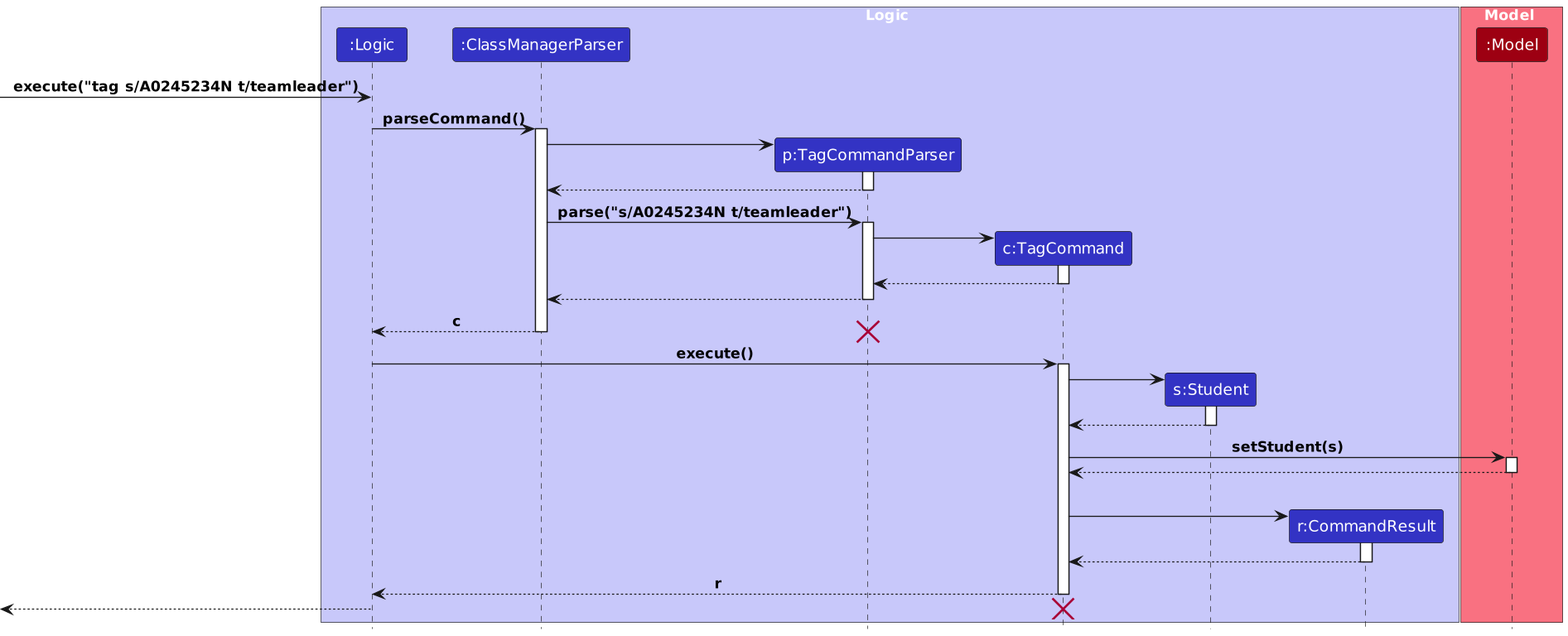
The PlantUML diagram diagrams/TagCommand.png in AY2324S1-CS2103T-T11-1/tp, before a commit. Its source is kept beside it as diagrams/TagCommand.puml.
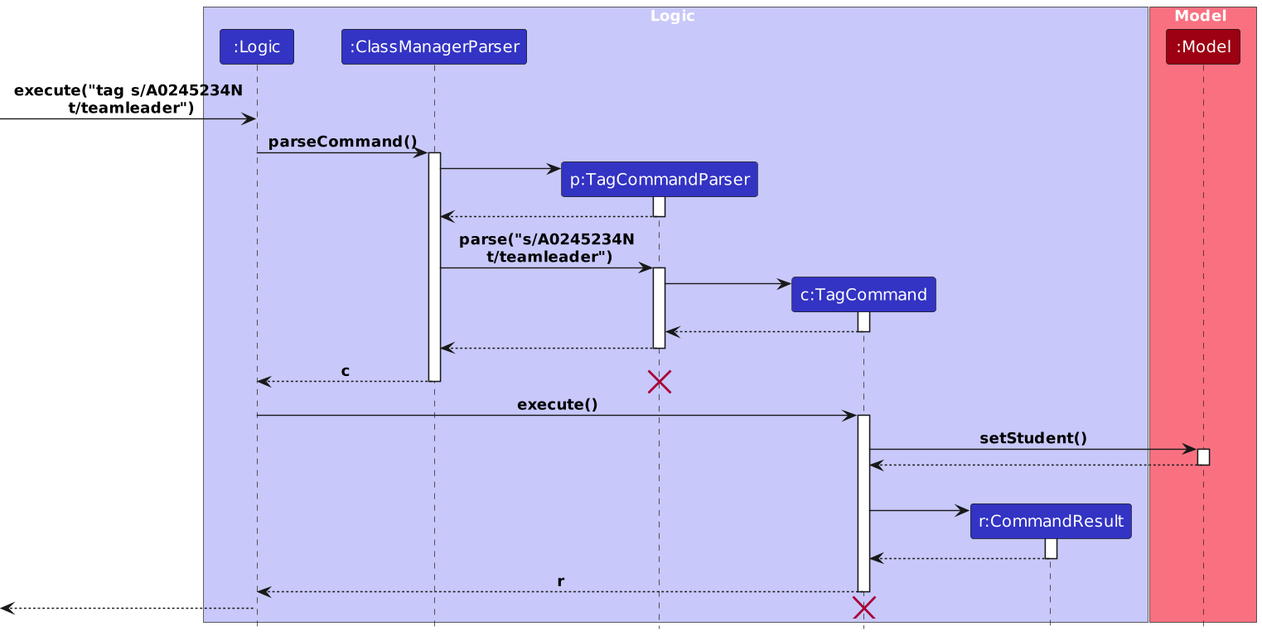
After the change.

Change to the diagram source:
```diff
@@ -8,7 +8,6 @@
 participant ":ClassManagerParser" as ClassManagerParser LOGIC_COLOR
 participant "p:TagCommandParser" as TagCommandParser LOGIC_COLOR
 participant "c:TagCommand" as TagCommand LOGIC_COLOR
-participant "s:Student" as Student LOGIC_COLOR
 participant "r:CommandResult" as CommandResult LOGIC_COLOR
 end box
 
@@ -16,7 +15,7 @@
 participant ":Model" as Model MODEL_COLOR
 end box
 
-[-> Logic : execute("tag s/A0245234N t/teamleader")
+[-> Logic : execute("tag s/A0245234N\n t/teamleader")
 
 Logic -> ClassManagerParser : parseCommand()
 activate ClassManagerParser
@@ -28,7 +27,7 @@
 TagCommandParser --> ClassManagerParser
 deactivate TagCommandParser
 
-ClassManagerParser -> TagCommandParser : parse("s/A0245234N t/teamleader")
+ClassManagerParser -> TagCommandParser : parse("s/A0245234N\n t/teamleader")
 activate TagCommandParser
 
 create TagCommand
@@ -48,14 +47,7 @@
 Logic -> TagCommand : execute()
 activate TagCommand
 
-create Student
-TagCommand -> Student
-activate Student
-
-Student --> TagCommand
-deactivate Student
-
-TagCommand -> Model : setStudent(s)
+TagCommand -> Model : setStudent()
 activate Model
 
 Model --> TagCommand
```
